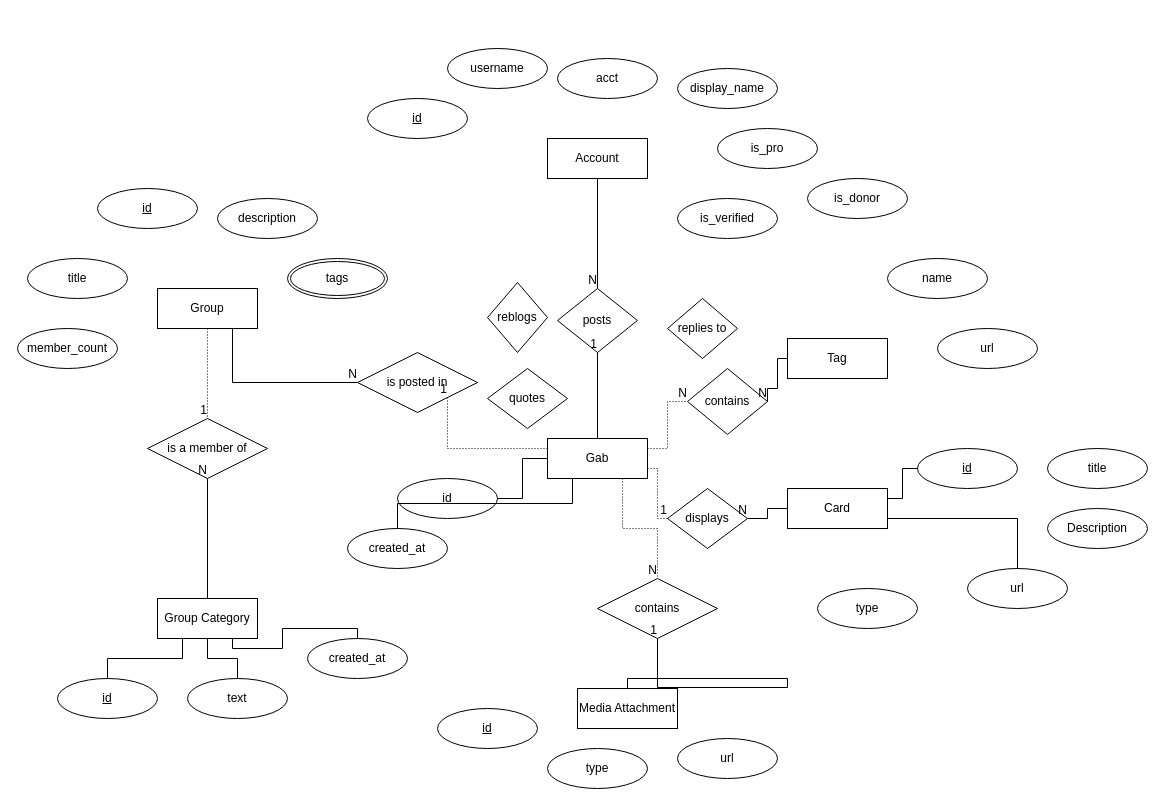
Earlier version of the draw.io diagram figures/gab_e_r_diagram.drawio (QUT-Digital-Observatory/gab_tidy_data). Source tidied: cells renumbered, new cells numbered last; positions are measured from the earlier drawing's top-left corner, leaving out a move shared by most shapes. Both pictures are drawn from the tidied source at 100%, with x=0, y=0 at pixel (17, 48).
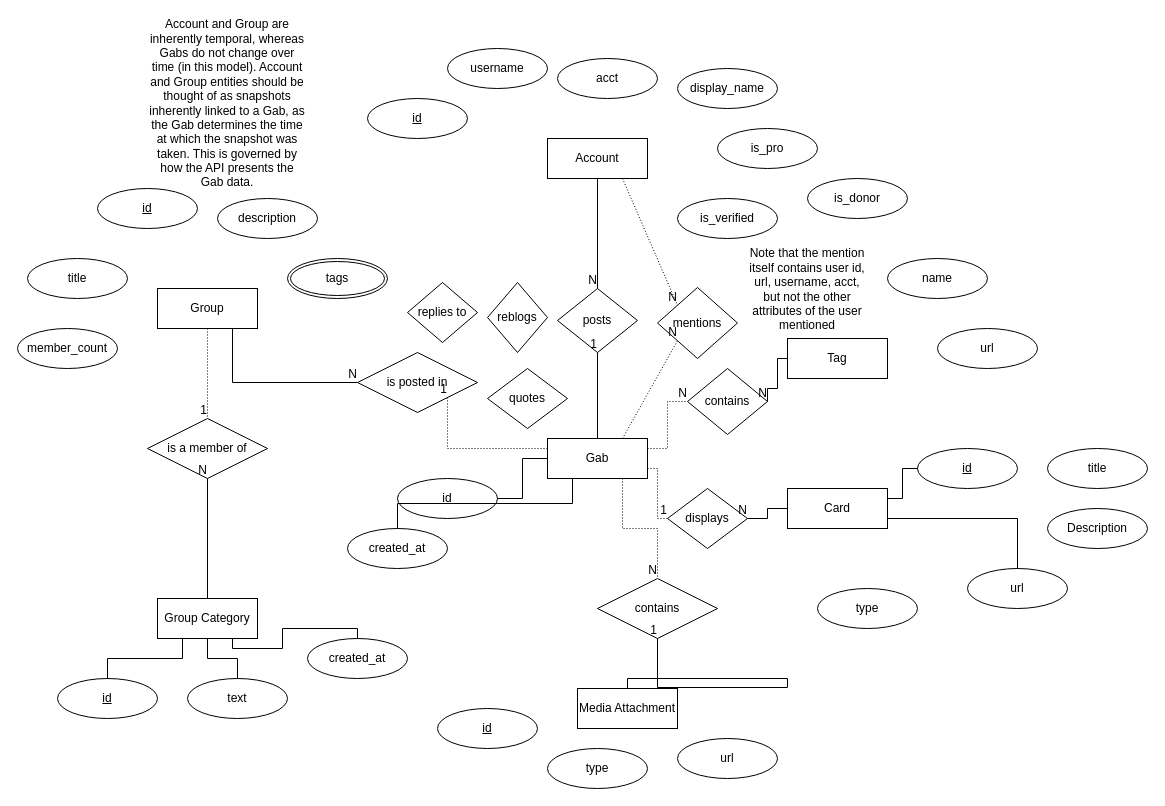
Above is the later version.

Commit message (it also covers changes not shown here):
Fill in more of Gab schema

The change refers to these unchanged cells:
```xml
<mxCell id="2" value="Gab" style="whiteSpace=wrap;html=1;align=center;fontSize=12;" parent="1" vertex="1">
  <mxGeometry x="530" y="390" width="100" height="40" as="geometry" />
</mxCell>
<mxCell id="3" value="Account" style="whiteSpace=wrap;html=1;align=center;fontSize=12;" parent="1" vertex="1">
  <mxGeometry x="530" y="90" width="100" height="40" as="geometry" />
</mxCell>
```

Change to the diagram source:
```diff
@@
     <mxCell id="75" value="replies to" style="shape=rhombus;perimeter=rhombusPerimeter;whiteSpace=wrap;html=1;align=center;fontSize=12;" parent="1" vertex="1">
-      <mxGeometry x="650" y="250" width="70" height="60" as="geometry" />
+      <mxGeometry x="390" y="234" width="70" height="60" as="geometry" />
     </mxCell>
+    <mxCell id="76" value="&lt;div&gt;mentions&lt;/div&gt;" style="shape=rhombus;perimeter=rhombusPerimeter;whiteSpace=wrap;html=1;align=center;" parent="1" vertex="1">
+      <mxGeometry x="640" y="239" width="80" height="71" as="geometry" />
+    </mxCell>
+    <mxCell id="77" style="endArrow=none;html=1;rounded=0;dashed=1;dashPattern=1 2;exitX=0.75;exitY=0;exitDx=0;exitDy=0;entryX=0;entryY=1;entryDx=0;entryDy=0;" parent="1" edge="1" source="2" target="76">
+      <mxGeometry relative="1" as="geometry" />
+    </mxCell>
+    <mxCell id="78" value="N" style="html=1;align=right;verticalAlign=bottom;" parent="77" vertex="1">
+      <mxGeometry x="1" relative="1" as="geometry" />
+    </mxCell>
+    <mxCell id="79" style="endArrow=none;html=1;rounded=0;dashed=1;dashPattern=1 2;exitX=0.75;exitY=1;exitDx=0;exitDy=0;entryX=0;entryY=0;entryDx=0;entryDy=0;" parent="1" edge="1" source="3" target="76">
+      <mxGeometry relative="1" as="geometry" />
+    </mxCell>
+    <mxCell id="80" value="N" style="html=1;align=right;verticalAlign=bottom;" parent="79" vertex="1">
+      <mxGeometry x="1" relative="1" as="geometry" />
+    </mxCell>
+    <mxCell id="81" value="Note that the mention itself contains user id, url, username, acct, but not the other attributes of the user mentioned" style="text;html=1;strokeColor=none;fillColor=none;align=center;verticalAlign=middle;whiteSpace=wrap;rounded=0;" parent="1" vertex="1">
+      <mxGeometry x="730" y="210" width="120" height="61" as="geometry" />
+    </mxCell>
+    <mxCell id="82" value="Account and Group are inherently temporal, whereas Gabs do not change over time (in this model). Account and Group entities should be thought of as snapshots inherently linked to a Gab, as the Gab determines the time at which the snapshot was taken. This is governed by how the API presents the Gab data." style="text;html=1;strokeColor=none;fillColor=none;align=center;verticalAlign=middle;whiteSpace=wrap;rounded=0;" parent="1" vertex="1">
+      <mxGeometry x="130" width="160" height="110" as="geometry" />
+    </mxCell>
```
